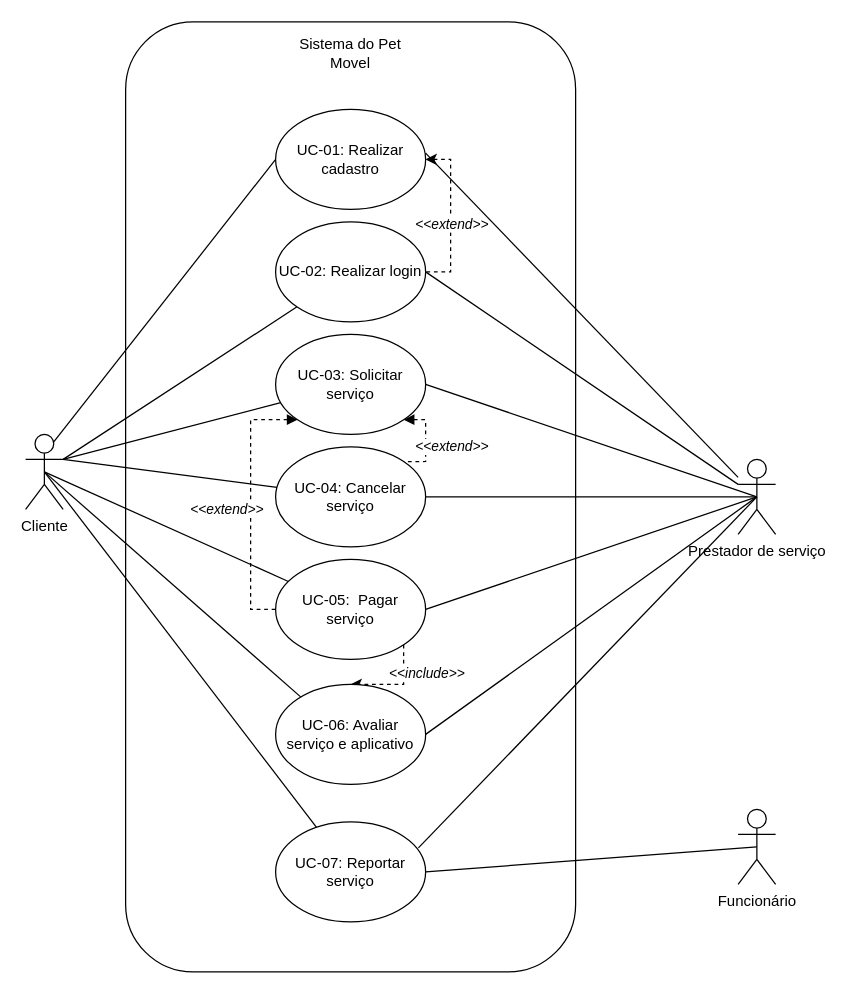
Above: Diagrama sem nome.drawio in wholocked1/projeto_eng_software_041 (draw.io), before the change. Source tidied: cells renumbered, new cells numbered last; positions are measured from the earlier drawing's top-left corner, leaving out a move shared by most shapes. Both pictures are drawn from the tidied source at 125%, with x=0, y=0 at pixel (25, 21).
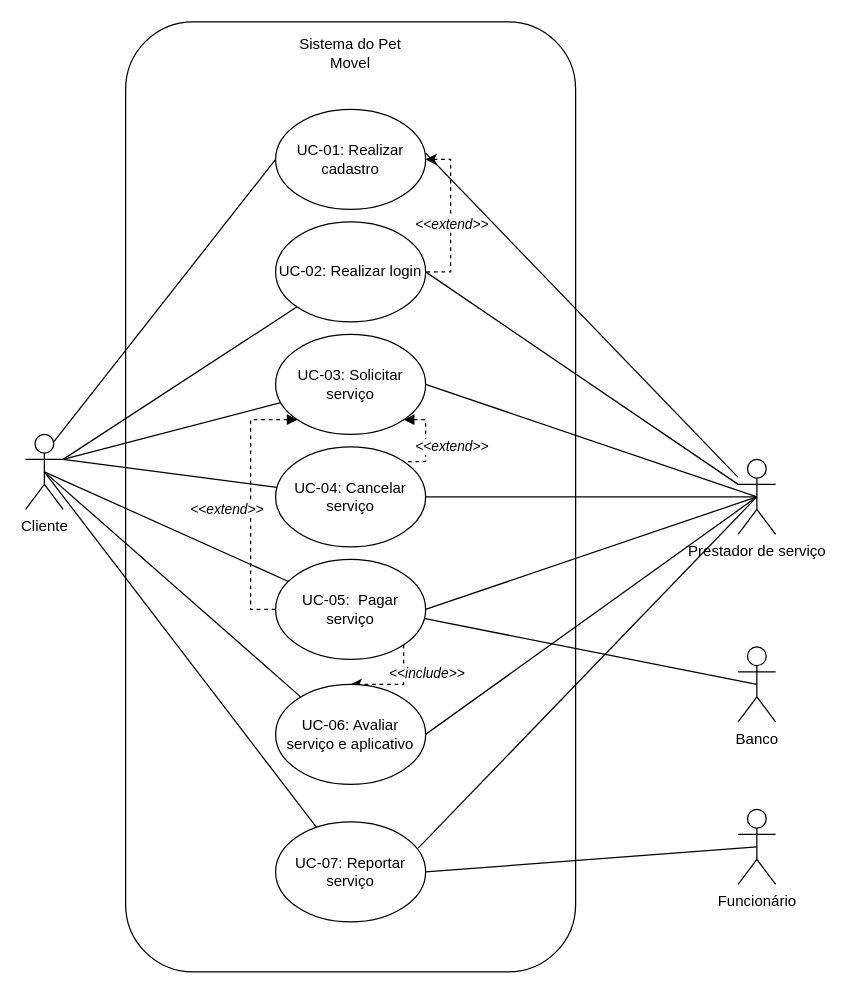
After the change.

The change refers to these unchanged cells:
```xml
<mxCell id="23" value="UC-05:&amp;nbsp; Pagar serviço" style="ellipse;whiteSpace=wrap;html=1;" parent="1" vertex="1">
  <mxGeometry x="200" y="430" width="120" height="80" as="geometry" />
</mxCell>
```

Diff of the diagram source:
```diff
@@
+    <mxCell id="37" value="Banco" style="shape=umlActor;verticalLabelPosition=bottom;verticalAlign=top;html=1;outlineConnect=0;" parent="1" vertex="1">
+      <mxGeometry x="570" y="500" width="30" height="60" as="geometry" />
+    </mxCell>
+    <mxCell id="38" style="rounded=0;jettySize=auto;html=1;exitX=0.5;exitY=0.5;exitDx=0;exitDy=0;exitPerimeter=0;entryX=0.996;entryY=0.593;entryDx=0;entryDy=0;entryPerimeter=0;endArrow=none;endFill=0;" parent="1" edge="1" source="37" target="23">
+      <mxGeometry relative="1" as="geometry" />
+    </mxCell>
```
